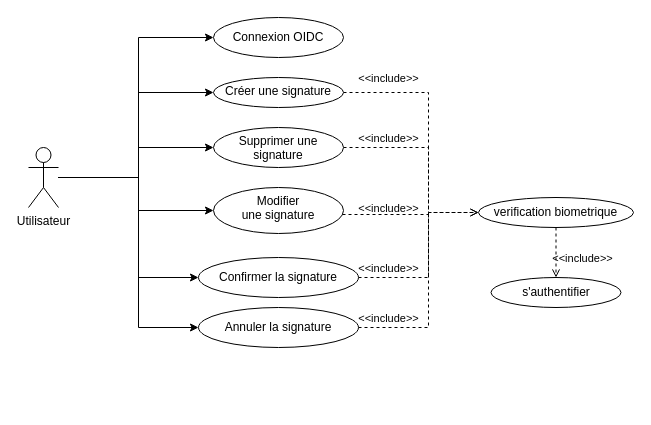
Before: OIDC_use_case.drawio in PFE-Neoledge-2023/rapport, a draw.io diagram. Source tidied: cells renumbered, new cells numbered last; positions are measured from the earlier drawing's top-left corner, leaving out a move shared by most shapes. Both pictures are drawn from the tidied source at 100%, with x=0, y=0 at pixel (28, 17).
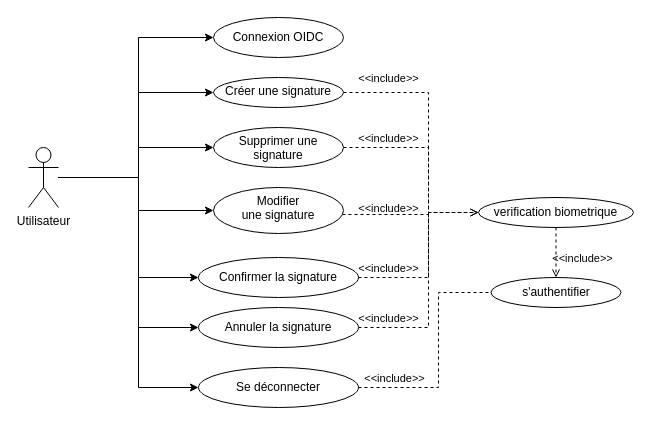
The same diagram, later.

Unchanged cells that the change refers to:
```xml
<mxCell id="12" style="edgeStyle=orthogonalEdgeStyle;rounded=0;html=1;entryX=0;entryY=0.5;entryDx=0;entryDy=0;dashed=1;endArrow=open;endFill=0;" parent="1" edge="1" source="19" target="27">
  <mxGeometry relative="1" as="geometry">
    <Array as="points">
      <mxPoint x="400" y="130" />
      <mxPoint x="400" y="195" />
    </Array>
  </mxGeometry>
</mxCell>
<mxCell id="28" value="s'authentifier" style="ellipse;whiteSpace=wrap;html=1;" parent="1" vertex="1">
  <mxGeometry x="462.5" y="260" width="130" height="30" as="geometry" />
</mxCell>
```

Diff of the diagram source:
```diff
@@
+    <mxCell id="29" value="&amp;lt;&amp;lt;include&amp;gt;&amp;gt;" style="edgeLabel;html=1;align=center;verticalAlign=middle;" parent="12" vertex="1">
+      <mxGeometry x="-0.55" relative="1" as="geometry">
+        <mxPoint x="5" y="230" as="offset" />
+      </mxGeometry>
+    </mxCell>
@@
+    <mxCell id="30" value="&lt;div&gt;Se déconnecter&lt;/div&gt;" style="ellipse;whiteSpace=wrap;html=1;" parent="1" vertex="1">
+      <mxGeometry x="170" y="350" width="160" height="40" as="geometry" />
+    </mxCell>
+    <mxCell id="31" style="edgeStyle=orthogonalEdgeStyle;html=1;entryX=0;entryY=0.5;entryDx=0;entryDy=0;rounded=0;" parent="1" edge="1" target="30">
+      <mxGeometry relative="1" as="geometry">
+        <mxPoint x="40" y="160" as="sourcePoint" />
+        <Array as="points">
+          <mxPoint x="110" y="160" />
+          <mxPoint x="110" y="370" />
+        </Array>
+      </mxGeometry>
+    </mxCell>
+    <mxCell id="32" style="edgeStyle=orthogonalEdgeStyle;rounded=0;html=1;dashed=1;endArrow=none;endFill=0;exitX=1;exitY=0.5;exitDx=0;exitDy=0;entryX=0;entryY=0.5;entryDx=0;entryDy=0;" parent="1" edge="1" source="30" target="28">
+      <mxGeometry relative="1" as="geometry">
+        <Array as="points">
+          <mxPoint x="410" y="370" />
+          <mxPoint x="410" y="275" />
+        </Array>
+      </mxGeometry>
+    </mxCell>
```
